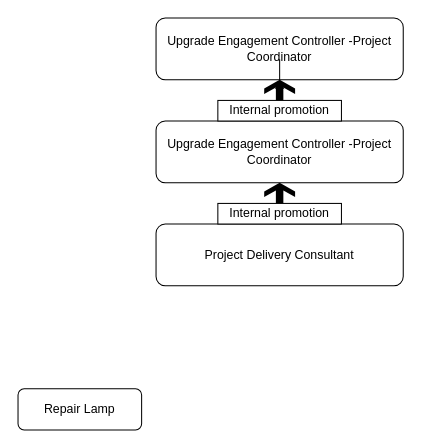
This is Untitled Diagram.drawio from GoswamiAbhinav/GoswamiAbhinav, a draw.io file, before an edit. Source tidied: cells renumbered, new cells numbered last; positions are measured from the earlier drawing's top-left corner, leaving out a move shared by most shapes. Both pictures are drawn from the tidied source at 103%, with x=0, y=0 at pixel (18, 18).
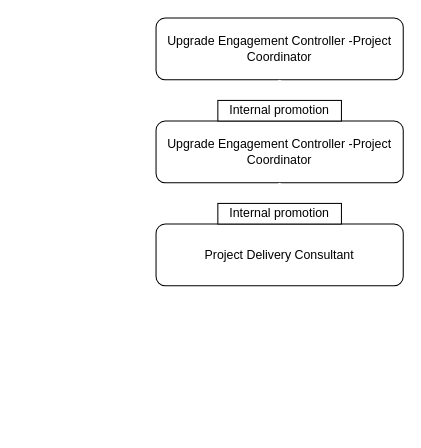
Above is the later version.

The edit, as a diff of the source:
```diff
@@
 <mxGraphModel>
   <root>
     <mxCell id="0" />
     <mxCell id="1" parent="0" />
-    <mxCell id="2" value="&lt;p align=&quot;center&quot; class=&quot;MsoNormal&quot;&gt;&lt;span style=&quot;mso-spacerun:'yes';font-family:Calibri;mso-bidi-font-family:'Times New Roman';&lt;br/&gt;font-size:11.0000pt;mso-font-kerning:1.0000pt;&quot;&gt;Upgrade Engagement Controller -Project Coordinator&lt;/span&gt;&lt;span style=&quot;mso-spacerun:'yes';font-family:Calibri;mso-bidi-font-family:'Times New Roman';&lt;br/&gt;font-size:11.0000pt;mso-font-kerning:1.0000pt;&quot;&gt;&lt;/span&gt;&lt;/p&gt;" style="rounded=1;whiteSpace=wrap;html=1;fontSize=12;glass=0;strokeWidth=1;shadow=0;" parent="1" vertex="1">
+    <mxCell id="2" value="&lt;p align=&quot;center&quot; class=&quot;MsoNormal&quot;&gt;&lt;span style=&quot;mso-spacerun:'yes';font-family:Calibri;mso-bidi-font-family:'Times New Roman';&lt;br/&gt;font-size:11.0000pt;mso-font-kerning:1.0000pt;&quot;&gt;Upgrade Engagement Controller -Project Coordinator&lt;/span&gt;&lt;span style=&quot;mso-spacerun:'yes';font-family:Calibri;mso-bidi-font-family:'Times New Roman';&lt;br/&gt;font-size:11.0000pt;mso-font-kerning:1.0000pt;&quot;&gt;&lt;/span&gt;&lt;/p&gt;" style="rounded=1;whiteSpace=wrap;html=1;fontSize=12;glass=0;strokeWidth=1;shadow=0;labelBackgroundColor=none;" parent="1" vertex="1">
       <mxGeometry x="134" y="100" width="240" height="60" as="geometry" />
     </mxCell>
-    <mxCell id="3" value="Repair Lamp" style="rounded=1;whiteSpace=wrap;html=1;fontSize=12;glass=0;strokeWidth=1;shadow=0;" parent="1" vertex="1">
-      <mxGeometry y="360" width="120" height="40" as="geometry" />
-    </mxCell>
-    <mxCell id="4" value="&lt;p align=&quot;center&quot; class=&quot;MsoNormal&quot;&gt;&lt;span style=&quot;mso-spacerun:'yes';font-family:Calibri;mso-bidi-font-family:'Times New Roman';&lt;br/&gt;font-size:11.0000pt;mso-font-kerning:1.0000pt;&quot;&gt;Project Delivery Consultant&lt;/span&gt;&lt;span style=&quot;mso-spacerun:'yes';font-family:Calibri;mso-bidi-font-family:'Times New Roman';&lt;br/&gt;font-size:11.0000pt;mso-font-kerning:1.0000pt;&quot;&gt;&lt;/span&gt;&lt;/p&gt;" style="rounded=1;whiteSpace=wrap;html=1;fontSize=12;glass=0;strokeWidth=1;shadow=0;" parent="1" vertex="1">
+    <mxCell id="4" value="&lt;p align=&quot;center&quot; class=&quot;MsoNormal&quot;&gt;&lt;span style=&quot;mso-spacerun:'yes';font-family:Calibri;mso-bidi-font-family:'Times New Roman';&lt;br/&gt;font-size:11.0000pt;mso-font-kerning:1.0000pt;&quot;&gt;Project Delivery Consultant&lt;/span&gt;&lt;span style=&quot;mso-spacerun:'yes';font-family:Calibri;mso-bidi-font-family:'Times New Roman';&lt;br/&gt;font-size:11.0000pt;mso-font-kerning:1.0000pt;&quot;&gt;&lt;/span&gt;&lt;/p&gt;" style="rounded=1;whiteSpace=wrap;html=1;fontSize=12;glass=0;strokeWidth=1;shadow=0;labelBackgroundColor=none;" parent="1" vertex="1">
       <mxGeometry x="134" y="200" width="240" height="60" as="geometry" />
     </mxCell>
-    <mxCell id="5" style="shape=mxgraph.signs.travel.arrow_north;html=1;fillColor=#000000;strokeColor=none;verticalLabelPosition=bottom;verticalAlign=top;align=center;" parent="1" vertex="1">
+    <mxCell id="5" style="shape=mxgraph.signs.travel.arrow_north;html=1;strokeColor=none;verticalLabelPosition=bottom;verticalAlign=top;align=center;labelBackgroundColor=none;" parent="1" vertex="1">
       <mxGeometry x="239" y="160" width="30" height="20" as="geometry" />
     </mxCell>
-    <mxCell id="6" value="&lt;p align=&quot;center&quot; class=&quot;MsoNormal&quot;&gt;&lt;span style=&quot;mso-spacerun:'yes';font-family:Calibri;mso-bidi-font-family:'Times New Roman';&lt;br/&gt;font-size:11.0000pt;mso-font-kerning:1.0000pt;&quot;&gt;Internal promotion&lt;/span&gt;&lt;span style=&quot;mso-spacerun:'yes';font-family:Calibri;mso-bidi-font-family:'Times New Roman';&lt;br/&gt;font-size:11.0000pt;mso-font-kerning:1.0000pt;&quot;&gt;&lt;/span&gt;&lt;/p&gt;" style="rounded=0;whiteSpace=wrap;html=1;" parent="1" vertex="1">
+    <mxCell id="6" value="&lt;p align=&quot;center&quot; class=&quot;MsoNormal&quot;&gt;&lt;span style=&quot;mso-spacerun:'yes';font-family:Calibri;mso-bidi-font-family:'Times New Roman';&lt;br/&gt;font-size:11.0000pt;mso-font-kerning:1.0000pt;&quot;&gt;Internal promotion&lt;/span&gt;&lt;span style=&quot;mso-spacerun:'yes';font-family:Calibri;mso-bidi-font-family:'Times New Roman';&lt;br/&gt;font-size:11.0000pt;mso-font-kerning:1.0000pt;&quot;&gt;&lt;/span&gt;&lt;/p&gt;" style="rounded=0;whiteSpace=wrap;html=1;labelBackgroundColor=none;" parent="1" vertex="1">
       <mxGeometry x="194" y="180" width="120" height="20" as="geometry" />
     </mxCell>
-    <mxCell id="7" value="&lt;p align=&quot;center&quot; class=&quot;MsoNormal&quot;&gt;&lt;span style=&quot;mso-spacerun:'yes';font-family:Calibri;mso-bidi-font-family:'Times New Roman';&lt;br/&gt;font-size:11.0000pt;mso-font-kerning:1.0000pt;&quot;&gt;Upgrade Engagement Controller -Project Coordinator&lt;/span&gt;&lt;span style=&quot;mso-spacerun:'yes';font-family:Calibri;mso-bidi-font-family:'Times New Roman';&lt;br/&gt;font-size:11.0000pt;mso-font-kerning:1.0000pt;&quot;&gt;&lt;/span&gt;&lt;/p&gt;" style="rounded=1;whiteSpace=wrap;html=1;fontSize=12;glass=0;strokeWidth=1;shadow=0;" parent="1" vertex="1">
+    <mxCell id="7" value="&lt;p align=&quot;center&quot; class=&quot;MsoNormal&quot;&gt;&lt;span style=&quot;mso-spacerun:'yes';font-family:Calibri;mso-bidi-font-family:'Times New Roman';&lt;br/&gt;font-size:11.0000pt;mso-font-kerning:1.0000pt;&quot;&gt;Upgrade Engagement Controller -Project Coordinator&lt;/span&gt;&lt;span style=&quot;mso-spacerun:'yes';font-family:Calibri;mso-bidi-font-family:'Times New Roman';&lt;br/&gt;font-size:11.0000pt;mso-font-kerning:1.0000pt;&quot;&gt;&lt;/span&gt;&lt;/p&gt;" style="rounded=1;whiteSpace=wrap;html=1;fontSize=12;glass=0;strokeWidth=1;shadow=0;labelBackgroundColor=none;" parent="1" vertex="1">
       <mxGeometry x="134" width="240" height="60" as="geometry" />
     </mxCell>
-    <mxCell id="8" style="edgeStyle=orthogonalEdgeStyle;rounded=0;jettySize=auto;html=1;" parent="1" edge="1" source="9" target="7">
-      <mxGeometry relative="1" as="geometry" />
-    </mxCell>
-    <mxCell id="9" style="shape=mxgraph.signs.travel.arrow_north;html=1;fillColor=#000000;strokeColor=none;verticalLabelPosition=bottom;verticalAlign=top;align=center;" parent="1" vertex="1">
+    <mxCell id="9" style="shape=mxgraph.signs.travel.arrow_north;html=1;strokeColor=none;verticalLabelPosition=bottom;verticalAlign=top;align=center;labelBackgroundColor=none;" parent="1" vertex="1">
       <mxGeometry x="239" y="60" width="30" height="20" as="geometry" />
     </mxCell>
-    <mxCell id="10" value="&lt;p align=&quot;center&quot; class=&quot;MsoNormal&quot;&gt;&lt;span style=&quot;mso-spacerun:'yes';font-family:Calibri;mso-bidi-font-family:'Times New Roman';&lt;br/&gt;font-size:11.0000pt;mso-font-kerning:1.0000pt;&quot;&gt;Internal promotion&lt;/span&gt;&lt;span style=&quot;mso-spacerun:'yes';font-family:Calibri;mso-bidi-font-family:'Times New Roman';&lt;br/&gt;font-size:11.0000pt;mso-font-kerning:1.0000pt;&quot;&gt;&lt;/span&gt;&lt;/p&gt;" style="rounded=0;whiteSpace=wrap;html=1;" parent="1" vertex="1">
+    <mxCell id="10" value="&lt;p align=&quot;center&quot; class=&quot;MsoNormal&quot;&gt;&lt;span style=&quot;mso-spacerun:'yes';font-family:Calibri;mso-bidi-font-family:'Times New Roman';&lt;br/&gt;font-size:11.0000pt;mso-font-kerning:1.0000pt;&quot;&gt;Internal promotion&lt;/span&gt;&lt;span style=&quot;mso-spacerun:'yes';font-family:Calibri;mso-bidi-font-family:'Times New Roman';&lt;br/&gt;font-size:11.0000pt;mso-font-kerning:1.0000pt;&quot;&gt;&lt;/span&gt;&lt;/p&gt;" style="rounded=0;whiteSpace=wrap;html=1;labelBackgroundColor=none;" parent="1" vertex="1">
       <mxGeometry x="194" y="80" width="120" height="20" as="geometry" />
     </mxCell>
   </root>
 </mxGraphModel>
```
